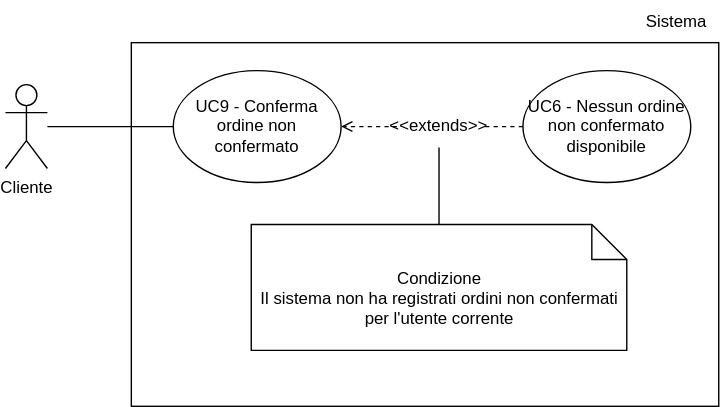
Above: assets/diagrams/UC9.svg in alimitedgroup/alimitedgroup.github.io (draw.io), before the change. Source tidied: cells renumbered, new cells last; positions are measured from the earlier drawing's top-left corner, leaving out a move shared by most shapes.
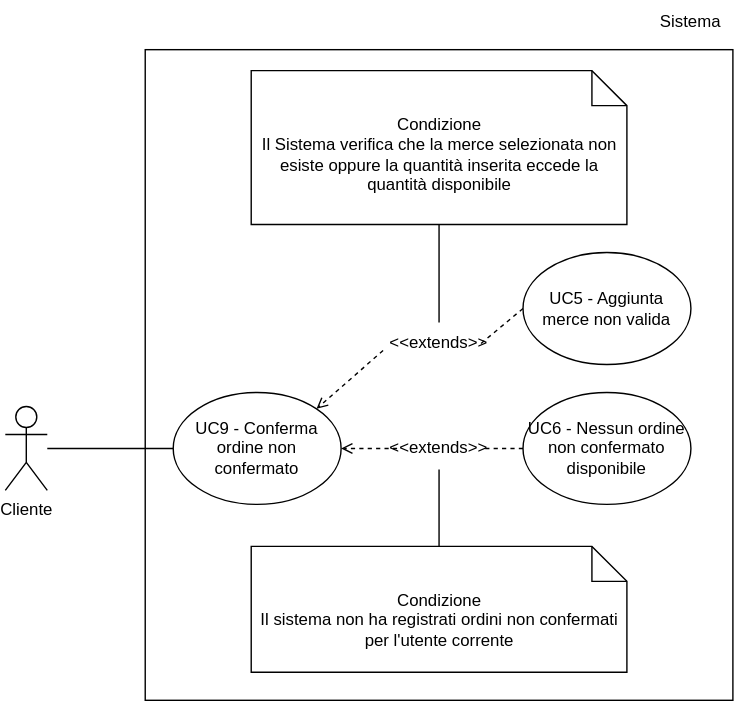
Later version of the same file.

Diff of the diagram source:
```diff
@@ -27,13 +27,33 @@
       <mxGeometry relative="1" as="geometry" />
     </mxCell>
     <mxCell id="10" style="rounded=0;whiteSpace=wrap;html=1;fillColor=none;" parent="1" vertex="1">
-      <mxGeometry x="90" y="30" width="420" height="260" as="geometry" />
+      <mxGeometry x="100" y="-195" width="420" height="465" as="geometry" />
     </mxCell>
     <mxCell id="11" style="endArrow=none;html=1;rounded=0;entryX=0;entryY=0.5;entryDx=0;entryDy=0;" parent="1" edge="1" source="2" target="3">
       <mxGeometry relative="1" as="geometry" />
     </mxCell>
     <mxCell id="12" value="Sistema" style="text;html=1;align=center;verticalAlign=middle;whiteSpace=wrap;rounded=0;" parent="1" vertex="1">
-      <mxGeometry x="450" width="60" height="30" as="geometry" />
+      <mxGeometry x="460" y="-230" width="60" height="30" as="geometry" />
     </mxCell>
+    <mxCell id="13" value="UC5 - Aggiunta merce non valida" style="ellipse;whiteSpace=wrap;html=1;" parent="1" vertex="1">
+      <mxGeometry x="370" y="-50" width="120" height="80" as="geometry" />
+    </mxCell>
+    <mxCell id="14" style="endArrow=open;html=1;rounded=0;entryX=1;entryY=0;entryDx=0;entryDy=0;dashed=1;endFill=0;" parent="1" edge="1" target="3">
+      <mxGeometry relative="1" as="geometry">
+        <mxPoint x="270" y="20" as="sourcePoint" />
+      </mxGeometry>
+    </mxCell>
+    <mxCell id="15" style="endArrow=none;html=1;rounded=0;entryX=1;entryY=0.5;entryDx=0;entryDy=0;exitX=0;exitY=0.5;exitDx=0;exitDy=0;dashed=1;endFill=0;" parent="1" edge="1" source="13" target="16">
+      <mxGeometry relative="1" as="geometry" />
+    </mxCell>
+    <mxCell id="16" value="&amp;lt;&amp;lt;extends&amp;gt;&amp;gt;" style="text;html=1;align=center;verticalAlign=middle;whiteSpace=wrap;rounded=0;" parent="1" vertex="1">
+      <mxGeometry x="280" width="60" height="30" as="geometry" />
+    </mxCell>
+    <mxCell id="17" value="&lt;div&gt;Condizione&lt;/div&gt;Il Sistema verifica che la merce selezionata non esiste oppure la quantità inserita eccede la quantità disponibile" style="shape=note2;boundedLbl=1;whiteSpace=wrap;html=1;size=25;verticalAlign=top;align=center;" parent="1" vertex="1">
+      <mxGeometry x="175.8" y="-180" width="268.5" height="110" as="geometry" />
+    </mxCell>
+    <mxCell id="18" style="endArrow=none;html=1;rounded=0;entryX=0.5;entryY=1;entryDx=0;entryDy=0;entryPerimeter=0;exitX=0.5;exitY=0;exitDx=0;exitDy=0;" parent="1" edge="1" source="16" target="17">
+      <mxGeometry relative="1" as="geometry" />
+    </mxCell>
   </root>
 </mxGraphModel>
```
